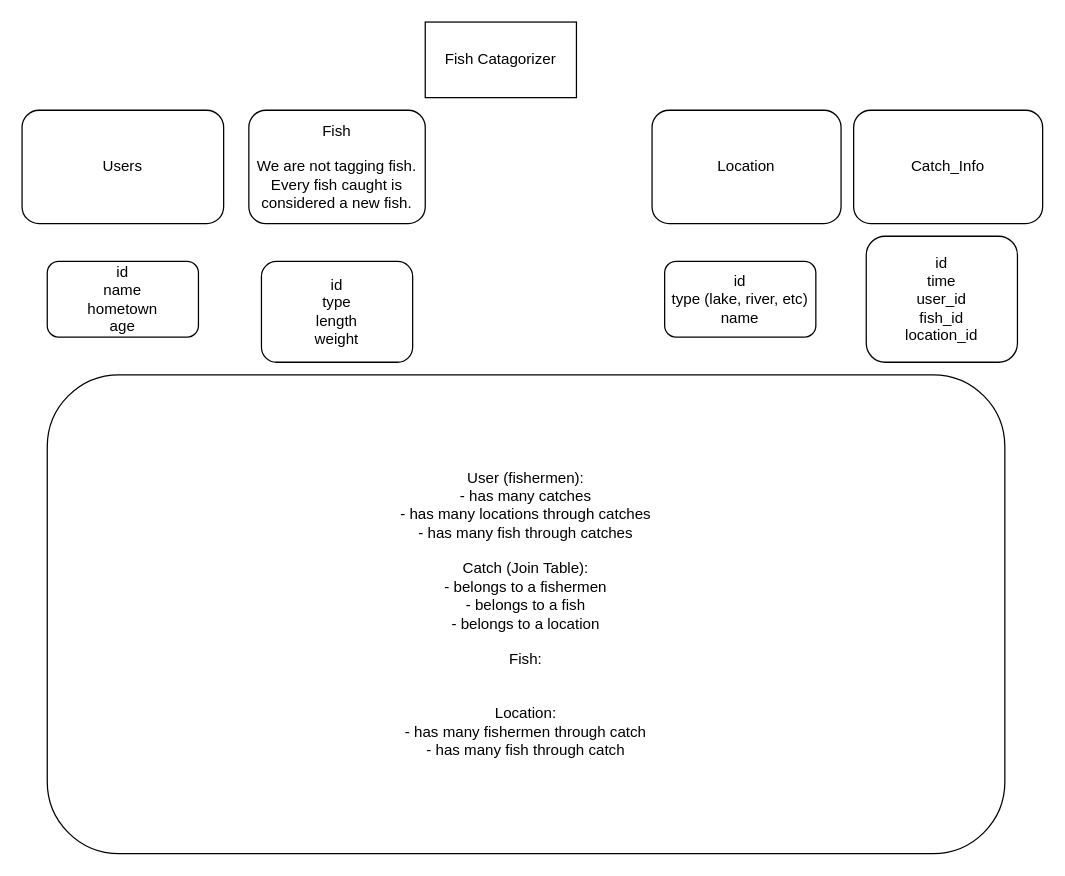
Above: FishCatalogProjectOutline.drawio in ChrisBaum89/Sinatra_Portfolio_Project (draw.io), before the change. Source tidied: cells renumbered, new cells numbered last; positions are measured from the earlier drawing's top-left corner, leaving out a move shared by most shapes. Both pictures are drawn from the tidied source at 126%, with x=0, y=0 at pixel (21, 21).
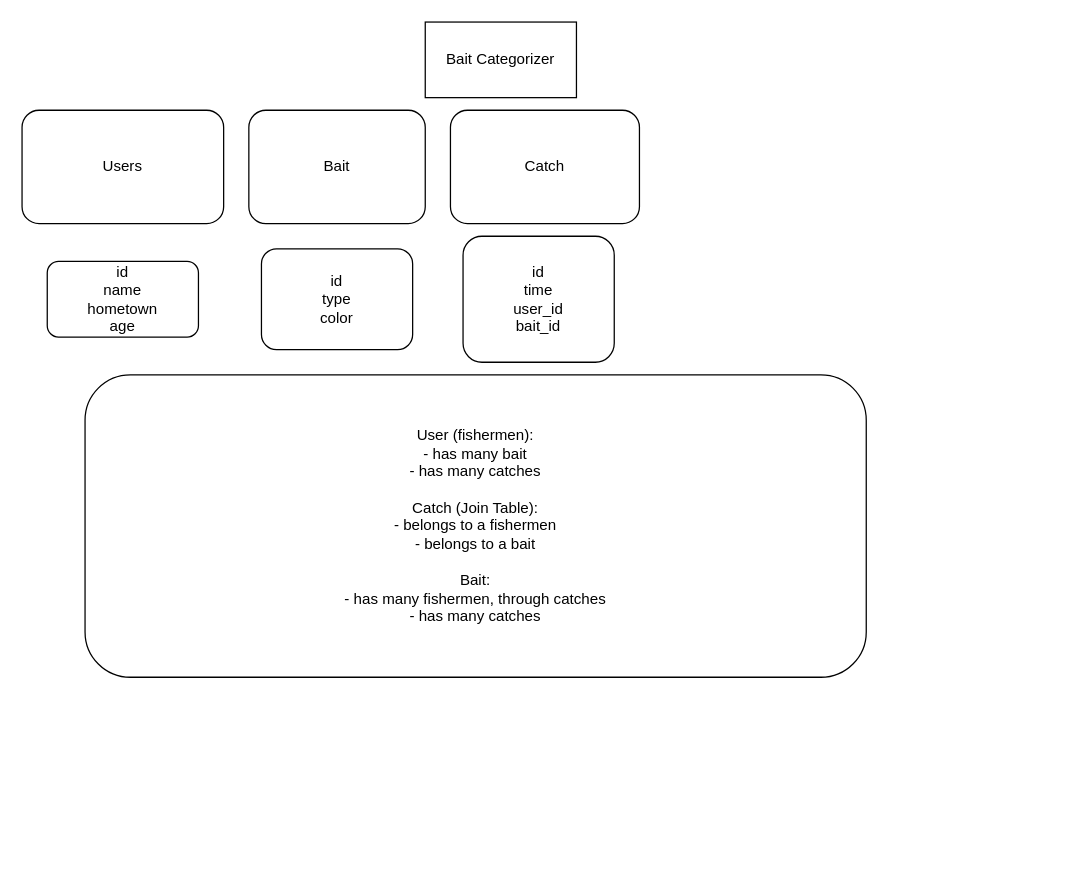
The same diagram, later.

What changed in the source:
```diff
@@
 <mxGraphModel>
   <root>
     <mxCell id="0" />
     <mxCell id="1" parent="0" />
-    <mxCell id="2" value="Fish Catagorizer" style="rounded=0;whiteSpace=wrap;html=1;" parent="1" vertex="1">
+    <mxCell id="2" value="Bait Categorizer" style="rounded=0;whiteSpace=wrap;html=1;" parent="1" vertex="1">
       <mxGeometry x="320" width="120" height="60" as="geometry" />
     </mxCell>
     <mxCell id="3" value="Users" style="rounded=1;whiteSpace=wrap;html=1;" parent="1" vertex="1">
       <mxGeometry y="70" width="160" height="90" as="geometry" />
     </mxCell>
-    <mxCell id="4" value="Fish&lt;br&gt;&lt;br&gt;We are not tagging fish. Every fish caught is considered a new fish." style="rounded=1;whiteSpace=wrap;html=1;" parent="1" vertex="1">
+    <mxCell id="4" value="Bait" style="rounded=1;whiteSpace=wrap;html=1;" parent="1" vertex="1">
       <mxGeometry x="180" y="70" width="140" height="90" as="geometry" />
     </mxCell>
-    <mxCell id="5" value="Location" style="rounded=1;whiteSpace=wrap;html=1;" parent="1" vertex="1">
-      <mxGeometry x="500" y="70" width="150" height="90" as="geometry" />
-    </mxCell>
     <mxCell id="6" value="id&lt;br&gt;name&lt;br&gt;hometown&lt;br&gt;age" style="rounded=1;whiteSpace=wrap;html=1;" parent="1" vertex="1">
       <mxGeometry x="20" y="190" width="120" height="60" as="geometry" />
     </mxCell>
-    <mxCell id="7" value="id&lt;br&gt;type&lt;br&gt;length&lt;br&gt;weight" style="rounded=1;whiteSpace=wrap;html=1;" parent="1" vertex="1">
-      <mxGeometry x="190" y="190" width="120" height="80" as="geometry" />
+    <mxCell id="7" value="id&lt;br&gt;type&lt;br&gt;color" style="rounded=1;whiteSpace=wrap;html=1;" parent="1" vertex="1">
+      <mxGeometry x="190" y="180" width="120" height="80" as="geometry" />
     </mxCell>
-    <mxCell id="8" value="id&lt;br&gt;type (lake, river, etc)&lt;br&gt;name" style="rounded=1;whiteSpace=wrap;html=1;" parent="1" vertex="1">
-      <mxGeometry x="510" y="190" width="120" height="60" as="geometry" />
-    </mxCell>
-    <mxCell id="9" value="Catch_Info" style="rounded=1;whiteSpace=wrap;html=1;" parent="1" vertex="1">
-      <mxGeometry x="660" y="70" width="150" height="90" as="geometry" />
+    <mxCell id="9" value="Catch" style="rounded=1;whiteSpace=wrap;html=1;" parent="1" vertex="1">
+      <mxGeometry x="340" y="70" width="150" height="90" as="geometry" />
     </mxCell>
-    <mxCell id="10" value="id&lt;br&gt;time&lt;br&gt;user_id&lt;br&gt;fish_id&lt;br&gt;location_id" style="rounded=1;whiteSpace=wrap;html=1;" parent="1" vertex="1">
-      <mxGeometry x="670" y="170" width="120" height="100" as="geometry" />
+    <mxCell id="10" value="id&lt;br&gt;time&lt;br&gt;user_id&lt;br&gt;bait_id" style="rounded=1;whiteSpace=wrap;html=1;" parent="1" vertex="1">
+      <mxGeometry x="350" y="170" width="120" height="100" as="geometry" />
     </mxCell>
-    <mxCell id="11" value="User (fishermen):&lt;br&gt;- has many catches&lt;br&gt;- has many locations through catches&lt;br&gt;- has many fish through catches&lt;br&gt;&lt;br&gt;Catch (Join Table):&lt;br&gt;- belongs to a fishermen&lt;br&gt;- belongs to a fish&lt;br&gt;- belongs to a location&lt;br&gt;&lt;br&gt;Fish:&lt;br&gt;&lt;br&gt;&lt;br&gt;Location:&lt;br&gt;- has many fishermen through catch&lt;br&gt;- has many fish through catch" style="rounded=1;whiteSpace=wrap;html=1;" parent="1" vertex="1">
-      <mxGeometry x="20" y="280" width="760" height="380" as="geometry" />
+    <mxCell id="11" value="User (fishermen):&lt;br&gt;- has many bait&lt;br&gt;- has many catches&lt;br&gt;&lt;br&gt;Catch (Join Table):&lt;br&gt;- belongs to a fishermen&lt;br&gt;- belongs to a bait&lt;br&gt;&lt;br&gt;Bait:&lt;br&gt;- has many fishermen, through catches&lt;br&gt;- has many catches" style="rounded=1;whiteSpace=wrap;html=1;" parent="1" vertex="1">
+      <mxGeometry x="50" y="280" width="620" height="240" as="geometry" />
     </mxCell>
   </root>
 </mxGraphModel>
```
